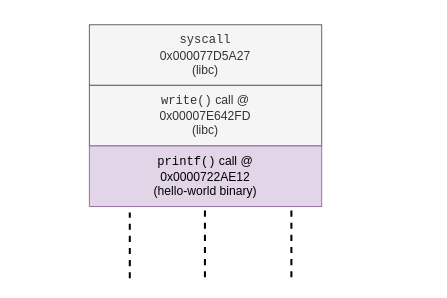
Earlier version of the draw.io diagram diagrams/hello-world-stack.drawio (tcassar-diss/report). Source tidied: cells renumbered, new cells numbered last; positions are measured from the earlier drawing's top-left corner, leaving out a move shared by most shapes. Both pictures are drawn from the tidied source at 101%, with x=0, y=0 at pixel (89, 24).
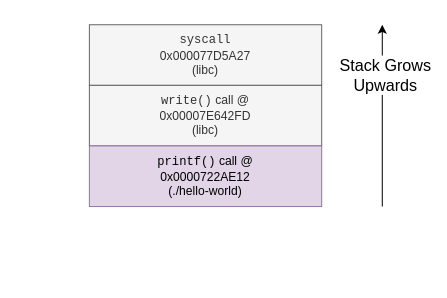
The same diagram, later.

What changed in the source:
```diff
@@
 <mxGraphModel>
   <root>
     <mxCell id="0" />
     <mxCell id="1" parent="0" />
     <mxCell id="2" value="&lt;div&gt;&lt;font face=&quot;Courier New&quot;&gt;syscall&lt;/font&gt;&lt;/div&gt;0x000077D5A27&lt;div&gt;(libc)&lt;/div&gt;" style="rounded=0;whiteSpace=wrap;html=1;fillColor=#f5f5f5;fontColor=#333333;strokeColor=#666666;" parent="1" vertex="1">
       <mxGeometry width="230" height="60" as="geometry" />
     </mxCell>
     <mxCell id="3" value="&lt;div&gt;&lt;font face=&quot;Courier New&quot;&gt;write()&lt;/font&gt; call @&lt;/div&gt;0x00007E642FD&lt;div&gt;(libc)&lt;/div&gt;" style="rounded=0;whiteSpace=wrap;html=1;fillColor=#f5f5f5;fontColor=#333333;strokeColor=#666666;" parent="1" vertex="1">
       <mxGeometry y="60" width="230" height="60" as="geometry" />
     </mxCell>
-    <mxCell id="4" value="&lt;div&gt;&lt;font face=&quot;Courier New&quot;&gt;printf()&lt;/font&gt; call @&lt;/div&gt;0x0000722AE12&lt;div&gt;(hello-world binary)&lt;/div&gt;" style="rounded=0;whiteSpace=wrap;html=1;fillColor=#e1d5e7;strokeColor=#9673a6;" parent="1" vertex="1">
+    <mxCell id="4" value="&lt;div&gt;&lt;font face=&quot;Courier New&quot;&gt;printf()&lt;/font&gt; call @&lt;/div&gt;0x0000722AE12&lt;div&gt;(./hello-world)&lt;/div&gt;" style="rounded=0;whiteSpace=wrap;html=1;fillColor=#e1d5e7;strokeColor=#9673a6;" parent="1" vertex="1">
       <mxGeometry y="120" width="230" height="60" as="geometry" />
     </mxCell>
-    <mxCell id="5" style="endArrow=none;dashed=1;html=1;rounded=0;entryX=0.5;entryY=1;entryDx=0;entryDy=0;strokeWidth=2;" parent="1" edge="1">
-      <mxGeometry relative="1" as="geometry">
-        <mxPoint x="40" y="251" as="sourcePoint" />
-        <mxPoint x="40" y="186" as="targetPoint" />
-      </mxGeometry>
-    </mxCell>
-    <mxCell id="6" style="endArrow=none;dashed=1;html=1;rounded=0;entryX=0.5;entryY=1;entryDx=0;entryDy=0;strokeWidth=2;" parent="1" edge="1">
-      <mxGeometry relative="1" as="geometry">
-        <mxPoint x="200" y="250" as="sourcePoint" />
-        <mxPoint x="200" y="180" as="targetPoint" />
-      </mxGeometry>
-    </mxCell>
-    <mxCell id="7" style="endArrow=none;dashed=1;html=1;rounded=0;entryX=0.5;entryY=1;entryDx=0;entryDy=0;strokeWidth=2;" parent="1" edge="1">
-      <mxGeometry relative="1" as="geometry">
-        <mxPoint x="114.4" y="250" as="sourcePoint" />
-        <mxPoint x="114.4" y="180" as="targetPoint" />
-      </mxGeometry>
-    </mxCell>
+    <mxCell id="8" style="edgeStyle=none;orthogonalLoop=1;jettySize=auto;html=1;rounded=0;" parent="1" edge="1">
+      <mxGeometry relative="1" as="geometry">
+        <mxPoint x="290" y="180" as="sourcePoint" />
+        <mxPoint x="290" as="targetPoint" />
+      </mxGeometry>
+    </mxCell>
+    <mxCell id="9" value="&lt;font style=&quot;font-size: 16px;&quot;&gt;Stack Grows&lt;/font&gt;&lt;div&gt;&lt;font style=&quot;font-size: 16px;&quot;&gt;Upwards&lt;/font&gt;&lt;/div&gt;" style="edgeLabel;html=1;align=center;verticalAlign=middle;" parent="8" vertex="1">
+      <mxGeometry x="0.46" y="-2" relative="1" as="geometry" />
+    </mxCell>
+    <mxCell id="10" style="edgeStyle=none;orthogonalLoop=1;jettySize=auto;html=1;rounded=0;fontColor=none;noLabel=1;endSize=0;strokeWidth=0;startSize=0;strokeColor=none;" parent="1" edge="1">
+      <mxGeometry relative="1" as="geometry">
+        <mxPoint x="-70" y="180" as="sourcePoint" />
+        <mxPoint x="-70" as="targetPoint" />
+      </mxGeometry>
+    </mxCell>
+    <mxCell id="11" value="&lt;font style=&quot;font-size: 16px;&quot;&gt;Stack Grows&lt;/font&gt;&lt;div&gt;&lt;font style=&quot;font-size: 16px;&quot;&gt;Upwards&lt;/font&gt;&lt;/div&gt;" style="edgeLabel;html=1;align=center;verticalAlign=middle;fontColor=none;noLabel=1;" parent="10" vertex="1">
+      <mxGeometry x="0.46" y="-2" relative="1" as="geometry" />
+    </mxCell>
   </root>
 </mxGraphModel>
```
